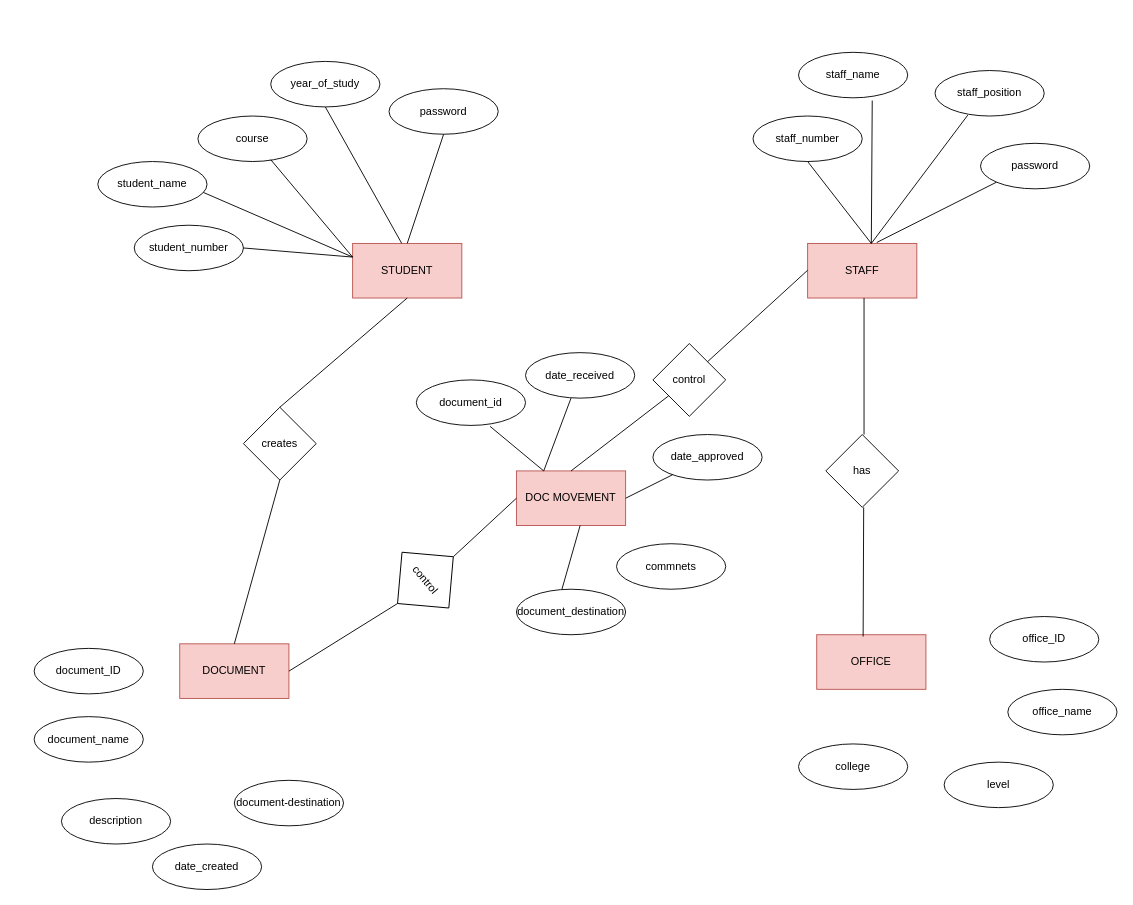
This is Untitled Diagram.drawio from kiwele/hello-world, a draw.io file, before an edit. Source tidied: cells renumbered, new cells numbered last; positions are measured from the earlier drawing's top-left corner, leaving out a move shared by most shapes. Both pictures are drawn from the tidied source at 91%, with x=0, y=0 at pixel (34, 52).
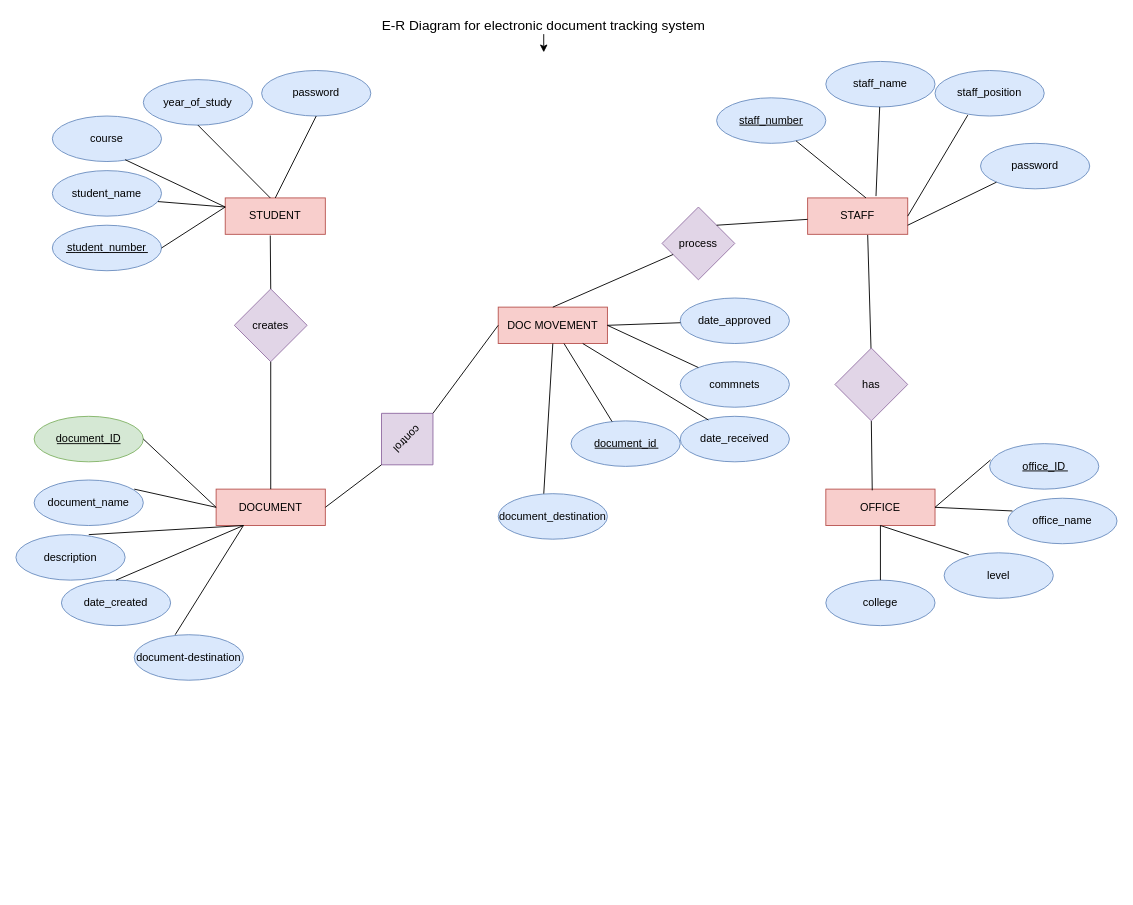
The same page after the edit.

The edit, as a diff of the source:
```diff
@@
     <mxCell id="2" value="STUDENT" style="rounded=0;whiteSpace=wrap;html=1;fillColor=#f8cecc;strokeColor=#b85450;" parent="1" vertex="1">
-      <mxGeometry x="350" y="210" width="120" height="60" as="geometry" />
+      <mxGeometry x="210" y="160" width="110" height="40" as="geometry" />
     </mxCell>
     <mxCell id="3" value="OFFICE" style="rounded=0;whiteSpace=wrap;html=1;fillColor=#f8cecc;strokeColor=#b85450;" parent="1" vertex="1">
-      <mxGeometry x="860" y="640" width="120" height="60" as="geometry" />
+      <mxGeometry x="870" y="480" width="120" height="40" as="geometry" />
     </mxCell>
     <mxCell id="4" value="DOCUMENT" style="rounded=0;whiteSpace=wrap;html=1;fillColor=#f8cecc;strokeColor=#b85450;" parent="1" vertex="1">
-      <mxGeometry x="160" y="650" width="120" height="60" as="geometry" />
+      <mxGeometry x="200" y="480" width="120" height="40" as="geometry" />
     </mxCell>
     <mxCell id="5" value="STAFF" style="rounded=0;whiteSpace=wrap;html=1;fillColor=#f8cecc;strokeColor=#b85450;" parent="1" vertex="1">
-      <mxGeometry x="850" y="210" width="120" height="60" as="geometry" />
+      <mxGeometry x="850" y="160" width="110" height="40" as="geometry" />
     </mxCell>
-    <mxCell id="6" value="has" style="rhombus;whiteSpace=wrap;html=1;direction=south;" parent="1" vertex="1">
-      <mxGeometry x="870" y="420" width="80" height="80" as="geometry" />
-    </mxCell>
-    <mxCell id="7" value="control" style="rhombus;whiteSpace=wrap;html=1;direction=south;" parent="1" vertex="1">
-      <mxGeometry x="680" y="320" width="80" height="80" as="geometry" />
+    <mxCell id="7" value="process" style="rhombus;whiteSpace=wrap;html=1;direction=south;fillColor=#e1d5e7;strokeColor=#9673a6;" parent="1" vertex="1">
+      <mxGeometry x="690" y="170" width="80" height="80" as="geometry" />
     </mxCell>
-    <mxCell id="8" value="creates" style="rhombus;whiteSpace=wrap;html=1;direction=south;" parent="1" vertex="1">
-      <mxGeometry x="230" y="390" width="80" height="80" as="geometry" />
+    <mxCell id="8" value="creates" style="rhombus;whiteSpace=wrap;html=1;direction=south;fillColor=#e1d5e7;strokeColor=#9673a6;" parent="1" vertex="1">
+      <mxGeometry x="220" y="260" width="80" height="80" as="geometry" />
     </mxCell>
-    <mxCell id="9" value="course" style="ellipse;whiteSpace=wrap;html=1;" parent="1" vertex="1">
-      <mxGeometry x="180" y="70" width="120" height="50" as="geometry" />
+    <mxCell id="9" value="course" style="ellipse;whiteSpace=wrap;html=1;fillColor=#dae8fc;strokeColor=#6c8ebf;" parent="1" vertex="1">
+      <mxGeometry x="20" y="70" width="120" height="50" as="geometry" />
     </mxCell>
-    <mxCell id="10" style="endArrow=none;html=1;exitX=0;exitY=0;exitDx=0;exitDy=0;entryX=0.5;entryY=1;entryDx=0;entryDy=0;" parent="1" edge="1" source="7">
-      <mxGeometry relative="1" as="geometry">
-        <mxPoint x="850" y="239.5" as="targetPoint" />
-      </mxGeometry>
+    <mxCell id="10" style="endArrow=none;html=1;exitX=0;exitY=0;exitDx=0;exitDy=0;" parent="1" edge="1" source="7" target="5">
+      <mxGeometry relative="1" as="geometry" />
     </mxCell>
-    <mxCell id="11" value="password" style="ellipse;whiteSpace=wrap;html=1;" parent="1" vertex="1">
-      <mxGeometry x="390" y="40" width="120" height="50" as="geometry" />
+    <mxCell id="11" value="password" style="ellipse;whiteSpace=wrap;html=1;fillColor=#dae8fc;strokeColor=#6c8ebf;" parent="1" vertex="1">
+      <mxGeometry x="250" y="20" width="120" height="50" as="geometry" />
     </mxCell>
-    <mxCell id="12" value="year_of_study" style="ellipse;whiteSpace=wrap;html=1;" parent="1" vertex="1">
-      <mxGeometry x="260" y="10" width="120" height="50" as="geometry" />
+    <mxCell id="12" value="year_of_study" style="ellipse;whiteSpace=wrap;html=1;fillColor=#dae8fc;strokeColor=#6c8ebf;" parent="1" vertex="1">
+      <mxGeometry x="120" y="30" width="120" height="50" as="geometry" />
     </mxCell>
-    <mxCell id="13" value="student_number" style="ellipse;whiteSpace=wrap;html=1;" parent="1" vertex="1">
-      <mxGeometry x="110" y="190" width="120" height="50" as="geometry" />
+    <mxCell id="13" value="student_number" style="ellipse;whiteSpace=wrap;html=1;fillColor=#dae8fc;strokeColor=#6c8ebf;" parent="1" vertex="1">
+      <mxGeometry x="20" y="190" width="120" height="50" as="geometry" />
     </mxCell>
-    <mxCell id="14" value="student_name" style="ellipse;whiteSpace=wrap;html=1;" parent="1" vertex="1">
-      <mxGeometry x="70" y="120" width="120" height="50" as="geometry" />
+    <mxCell id="14" value="student_name" style="ellipse;whiteSpace=wrap;html=1;fillColor=#dae8fc;strokeColor=#6c8ebf;" parent="1" vertex="1">
+      <mxGeometry x="20" y="130" width="120" height="50" as="geometry" />
     </mxCell>
-    <mxCell id="15" style="endArrow=none;html=1;exitX=0;exitY=0.5;exitDx=0;exitDy=0;" parent="1" edge="1" source="8">
-      <mxGeometry relative="1" as="geometry">
-        <mxPoint x="410" y="270" as="targetPoint" />
-      </mxGeometry>
+    <mxCell id="15" style="endArrow=none;html=1;exitX=0;exitY=0.5;exitDx=0;exitDy=0;entryX=0.45;entryY=1.033;entryDx=0;entryDy=0;entryPerimeter=0;" parent="1" edge="1" source="8" target="2">
+      <mxGeometry relative="1" as="geometry" />
     </mxCell>
@@
-    <mxCell id="17" style="endArrow=none;html=1;entryX=0.45;entryY=1.033;entryDx=0;entryDy=0;entryPerimeter=0;exitX=0.425;exitY=0.033;exitDx=0;exitDy=0;exitPerimeter=0;" parent="1" edge="1" source="3">
-      <mxGeometry relative="1" as="geometry">
-        <mxPoint x="911.6" y="500" as="targetPoint" />
-      </mxGeometry>
+    <mxCell id="17" style="endArrow=none;html=1;entryX=1;entryY=0.5;entryDx=0;entryDy=0;exitX=0.425;exitY=0.033;exitDx=0;exitDy=0;exitPerimeter=0;" parent="1" edge="1" source="3" target="6">
+      <mxGeometry relative="1" as="geometry" />
     </mxCell>
-    <mxCell id="18" style="endArrow=none;html=1;" parent="1" edge="1">
-      <mxGeometry relative="1" as="geometry">
-        <mxPoint x="912" y="420" as="sourcePoint" />
-        <mxPoint x="912" y="270" as="targetPoint" />
-      </mxGeometry>
+    <mxCell id="18" style="endArrow=none;html=1;entryX=0.6;entryY=1.017;entryDx=0;entryDy=0;entryPerimeter=0;exitX=0.15;exitY=0.5;exitDx=0;exitDy=0;exitPerimeter=0;" parent="1" edge="1" source="6" target="5">
+      <mxGeometry relative="1" as="geometry" />
     </mxCell>
     <mxCell id="19" value="DOC MOVEMENT" style="rounded=0;whiteSpace=wrap;html=1;fillColor=#f8cecc;strokeColor=#b85450;" parent="1" vertex="1">
-      <mxGeometry x="530" y="460" width="120" height="60" as="geometry" />
+      <mxGeometry x="510" y="280" width="120" height="40" as="geometry" />
     </mxCell>
-    <mxCell id="20" value="staff_name" style="ellipse;whiteSpace=wrap;html=1;" parent="1" vertex="1">
-      <mxGeometry x="840" width="120" height="50" as="geometry" />
+    <mxCell id="20" value="staff_name" style="ellipse;whiteSpace=wrap;html=1;fillColor=#dae8fc;strokeColor=#6c8ebf;" parent="1" vertex="1">
+      <mxGeometry x="870" y="10" width="120" height="50" as="geometry" />
     </mxCell>
-    <mxCell id="21" value="office_ID" style="ellipse;whiteSpace=wrap;html=1;" parent="1" vertex="1">
-      <mxGeometry x="1050" y="620" width="120" height="50" as="geometry" />
+    <mxCell id="21" value="office_ID" style="ellipse;whiteSpace=wrap;html=1;fillColor=#dae8fc;strokeColor=#6c8ebf;" parent="1" vertex="1">
+      <mxGeometry x="1050" y="430" width="120" height="50" as="geometry" />
     </mxCell>
-    <mxCell id="22" value="staff_number" style="ellipse;whiteSpace=wrap;html=1;" parent="1" vertex="1">
-      <mxGeometry x="790" y="70" width="120" height="50" as="geometry" />
+    <mxCell id="22" value="staff_number" style="ellipse;whiteSpace=wrap;html=1;fillColor=#dae8fc;strokeColor=#6c8ebf;" parent="1" vertex="1">
+      <mxGeometry x="750" y="50" width="120" height="50" as="geometry" />
     </mxCell>
-    <mxCell id="23" value="password" style="ellipse;whiteSpace=wrap;html=1;" parent="1" vertex="1">
+    <mxCell id="23" value="password" style="ellipse;whiteSpace=wrap;html=1;fillColor=#dae8fc;strokeColor=#6c8ebf;" parent="1" vertex="1">
       <mxGeometry x="1040" y="100" width="120" height="50" as="geometry" />
     </mxCell>
-    <mxCell id="24" value="staff_position" style="ellipse;whiteSpace=wrap;html=1;" parent="1" vertex="1">
+    <mxCell id="24" value="staff_position" style="ellipse;whiteSpace=wrap;html=1;fillColor=#dae8fc;strokeColor=#6c8ebf;" parent="1" vertex="1">
       <mxGeometry x="990" y="20" width="120" height="50" as="geometry" />
     </mxCell>
-    <mxCell id="25" value="level" style="ellipse;whiteSpace=wrap;html=1;" parent="1" vertex="1">
-      <mxGeometry x="1000" y="780" width="120" height="50" as="geometry" />
+    <mxCell id="25" value="level" style="ellipse;whiteSpace=wrap;html=1;fillColor=#dae8fc;strokeColor=#6c8ebf;" parent="1" vertex="1">
+      <mxGeometry x="1000" y="550" width="120" height="50" as="geometry" />
     </mxCell>
-    <mxCell id="26" value="college" style="ellipse;whiteSpace=wrap;html=1;" parent="1" vertex="1">
-      <mxGeometry x="840" y="760" width="120" height="50" as="geometry" />
+    <mxCell id="26" value="college" style="ellipse;whiteSpace=wrap;html=1;fillColor=#dae8fc;strokeColor=#6c8ebf;" parent="1" vertex="1">
+      <mxGeometry x="870" y="580" width="120" height="50" as="geometry" />
     </mxCell>
-    <mxCell id="27" value="office_name" style="ellipse;whiteSpace=wrap;html=1;" parent="1" vertex="1">
-      <mxGeometry x="1070" y="700" width="120" height="50" as="geometry" />
+    <mxCell id="27" value="office_name" style="ellipse;whiteSpace=wrap;html=1;fillColor=#dae8fc;strokeColor=#6c8ebf;" parent="1" vertex="1">
+      <mxGeometry x="1070" y="490" width="120" height="50" as="geometry" />
     </mxCell>
-    <mxCell id="28" value="date_created" style="ellipse;whiteSpace=wrap;html=1;" parent="1" vertex="1">
-      <mxGeometry x="130" y="870" width="120" height="50" as="geometry" />
+    <mxCell id="28" value="date_created" style="ellipse;whiteSpace=wrap;html=1;fillColor=#dae8fc;strokeColor=#6c8ebf;" parent="1" vertex="1">
+      <mxGeometry x="30" y="580" width="120" height="50" as="geometry" />
     </mxCell>
-    <mxCell id="29" value="document-destination" style="ellipse;whiteSpace=wrap;html=1;" parent="1" vertex="1">
-      <mxGeometry x="220" y="800" width="120" height="50" as="geometry" />
+    <mxCell id="29" value="document-destination" style="ellipse;whiteSpace=wrap;html=1;fillColor=#dae8fc;strokeColor=#6c8ebf;" parent="1" vertex="1">
+      <mxGeometry x="110" y="640" width="120" height="50" as="geometry" />
     </mxCell>
-    <mxCell id="30" value="description" style="ellipse;whiteSpace=wrap;html=1;" parent="1" vertex="1">
-      <mxGeometry x="30" y="820" width="120" height="50" as="geometry" />
+    <mxCell id="30" value="description" style="ellipse;whiteSpace=wrap;html=1;fillColor=#dae8fc;strokeColor=#6c8ebf;" parent="1" vertex="1">
+      <mxGeometry x="-20" y="530" width="120" height="50" as="geometry" />
     </mxCell>
-    <mxCell id="31" value="document_name" style="ellipse;whiteSpace=wrap;html=1;" parent="1" vertex="1">
-      <mxGeometry y="730" width="120" height="50" as="geometry" />
+    <mxCell id="31" value="document_name" style="ellipse;whiteSpace=wrap;html=1;fillColor=#dae8fc;strokeColor=#6c8ebf;" parent="1" vertex="1">
+      <mxGeometry y="470" width="120" height="50" as="geometry" />
     </mxCell>
-    <mxCell id="32" value="document_ID" style="ellipse;whiteSpace=wrap;html=1;" parent="1" vertex="1">
-      <mxGeometry y="655" width="120" height="50" as="geometry" />
+    <mxCell id="32" value="document_ID" style="ellipse;whiteSpace=wrap;html=1;fillColor=#d5e8d4;strokeColor=#82b366;" parent="1" vertex="1">
+      <mxGeometry y="400" width="120" height="50" as="geometry" />
     </mxCell>
-    <mxCell id="33" value="control" style="rhombus;whiteSpace=wrap;html=1;direction=south;rotation=50;" parent="1" vertex="1">
-      <mxGeometry x="390" y="540" width="80" height="80" as="geometry" />
+    <mxCell id="33" value="control" style="rhombus;whiteSpace=wrap;html=1;direction=east;rotation=135;fillColor=#e1d5e7;strokeColor=#9673a6;" parent="1" vertex="1">
+      <mxGeometry x="370" y="385" width="80" height="80" as="geometry" />
     </mxCell>
@@
-    <mxCell id="36" style="endArrow=none;html=1;exitX=0.5;exitY=0;exitDx=0;exitDy=0;entryX=1;entryY=0.5;entryDx=0;entryDy=0;" parent="1" edge="1" target="33">
-      <mxGeometry relative="1" as="geometry">
-        <mxPoint x="280" y="680" as="sourcePoint" />
-      </mxGeometry>
+    <mxCell id="36" style="endArrow=none;html=1;exitX=1;exitY=0.5;exitDx=0;exitDy=0;entryX=1;entryY=0.5;entryDx=0;entryDy=0;" parent="1" edge="1" source="4" target="33">
+      <mxGeometry relative="1" as="geometry" />
     </mxCell>
-    <mxCell id="37" value="document_destination" style="ellipse;whiteSpace=wrap;html=1;" parent="1" vertex="1">
-      <mxGeometry x="530" y="590" width="120" height="50" as="geometry" />
+    <mxCell id="37" value="document_destination" style="ellipse;whiteSpace=wrap;html=1;fillColor=#dae8fc;strokeColor=#6c8ebf;" parent="1" vertex="1">
+      <mxGeometry x="510" y="485" width="120" height="50" as="geometry" />
     </mxCell>
-    <mxCell id="38" value="commnets" style="ellipse;whiteSpace=wrap;html=1;" parent="1" vertex="1">
-      <mxGeometry x="640" y="540" width="120" height="50" as="geometry" />
+    <mxCell id="38" value="commnets" style="ellipse;whiteSpace=wrap;html=1;fillColor=#dae8fc;strokeColor=#6c8ebf;" parent="1" vertex="1">
+      <mxGeometry x="710" y="340" width="120" height="50" as="geometry" />
     </mxCell>
-    <mxCell id="39" value="date_received" style="ellipse;whiteSpace=wrap;html=1;" parent="1" vertex="1">
-      <mxGeometry x="540" y="330" width="120" height="50" as="geometry" />
-    </mxCell>
-    <mxCell id="40" value="date_approved" style="ellipse;whiteSpace=wrap;html=1;" parent="1" vertex="1">
-      <mxGeometry x="680" y="420" width="120" height="50" as="geometry" />
+    <mxCell id="40" value="date_approved" style="ellipse;whiteSpace=wrap;html=1;fillColor=#dae8fc;strokeColor=#6c8ebf;" parent="1" vertex="1">
+      <mxGeometry x="710" y="270" width="120" height="50" as="geometry" />
     </mxCell>
-    <mxCell id="41" value="document_id" style="ellipse;whiteSpace=wrap;html=1;" parent="1" vertex="1">
-      <mxGeometry x="420" y="360" width="120" height="50" as="geometry" />
+    <mxCell id="41" value="document_id" style="ellipse;whiteSpace=wrap;html=1;fillColor=#dae8fc;strokeColor=#6c8ebf;" parent="1" vertex="1">
+      <mxGeometry x="590" y="405" width="120" height="50" as="geometry" />
     </mxCell>
-    <mxCell id="42" style="endArrow=none;html=1;exitX=0;exitY=0;exitDx=0;exitDy=0;entryX=0.5;entryY=1;entryDx=0;entryDy=0;" parent="1" edge="1" target="11">
-      <mxGeometry relative="1" as="geometry">
-        <mxPoint x="410" y="210" as="sourcePoint" />
-      </mxGeometry>
+    <mxCell id="42" style="endArrow=none;html=1;exitX=0.5;exitY=0;exitDx=0;exitDy=0;entryX=0.5;entryY=1;entryDx=0;entryDy=0;" parent="1" edge="1" source="2" target="11">
+      <mxGeometry relative="1" as="geometry" />
     </mxCell>
@@
-    <mxCell id="47" style="endArrow=none;html=1;exitX=0;exitY=0;exitDx=0;exitDy=0;entryX=0.3;entryY=0.98;entryDx=0;entryDy=0;entryPerimeter=0;" parent="1" edge="1" target="24">
-      <mxGeometry relative="1" as="geometry">
-        <mxPoint x="920" y="210" as="sourcePoint" />
-      </mxGeometry>
+    <mxCell id="47" style="endArrow=none;html=1;exitX=1;exitY=0.5;exitDx=0;exitDy=0;entryX=0.3;entryY=0.98;entryDx=0;entryDy=0;entryPerimeter=0;" parent="1" edge="1" source="5" target="24">
+      <mxGeometry relative="1" as="geometry" />
     </mxCell>
-    <mxCell id="48" style="endArrow=none;html=1;exitX=0;exitY=0;exitDx=0;exitDy=0;entryX=0.675;entryY=1.06;entryDx=0;entryDy=0;entryPerimeter=0;" parent="1" edge="1" target="20">
-      <mxGeometry relative="1" as="geometry">
-        <mxPoint x="920" y="210" as="sourcePoint" />
-      </mxGeometry>
+    <mxCell id="48" style="endArrow=none;html=1;exitX=0.683;exitY=-0.05;exitDx=0;exitDy=0;exitPerimeter=0;" parent="1" edge="1" source="5" target="20">
+      <mxGeometry relative="1" as="geometry" />
     </mxCell>
-    <mxCell id="49" style="endArrow=none;html=1;exitX=0.583;exitY=0;exitDx=0;exitDy=0;entryX=0.5;entryY=1;entryDx=0;entryDy=0;exitPerimeter=0;" parent="1" edge="1" source="5">
-      <mxGeometry relative="1" as="geometry">
-        <mxPoint x="850" y="120" as="targetPoint" />
-      </mxGeometry>
+    <mxCell id="49" style="endArrow=none;html=1;exitX=0.583;exitY=0;exitDx=0;exitDy=0;exitPerimeter=0;" parent="1" edge="1" source="5" target="22">
+      <mxGeometry relative="1" as="geometry" />
     </mxCell>
-    <mxCell id="50" style="endArrow=none;html=1;exitX=0.633;exitY=-0.017;exitDx=0;exitDy=0;entryX=0;entryY=1;entryDx=0;entryDy=0;exitPerimeter=0;" parent="1" edge="1" source="5" target="23">
+    <mxCell id="50" style="endArrow=none;html=1;exitX=1;exitY=0.75;exitDx=0;exitDy=0;entryX=0;entryY=1;entryDx=0;entryDy=0;" parent="1" edge="1" source="5" target="23">
       <mxGeometry relative="1" as="geometry" />
     </mxCell>
-    <mxCell id="51" style="endArrow=none;html=1;" parent="1" edge="1">
-      <mxGeometry relative="1" as="geometry">
-        <mxPoint x="560" y="460" as="sourcePoint" />
-        <mxPoint x="501" y="411" as="targetPoint" />
-      </mxGeometry>
+    <mxCell id="51" style="endArrow=none;html=1;" parent="1" edge="1" source="19" target="41">
+      <mxGeometry relative="1" as="geometry" />
     </mxCell>
-    <mxCell id="52" style="endArrow=none;html=1;exitX=0.25;exitY=0;exitDx=0;exitDy=0;" parent="1" edge="1" source="19">
-      <mxGeometry relative="1" as="geometry">
-        <mxPoint x="590" y="380" as="targetPoint" />
-      </mxGeometry>
-    </mxCell>
@@
-    <mxCell id="54" style="endArrow=none;html=1;exitX=0.417;exitY=0;exitDx=0;exitDy=0;exitPerimeter=0;" parent="1" edge="1" source="37">
-      <mxGeometry relative="1" as="geometry">
-        <mxPoint x="600" y="520" as="targetPoint" />
-      </mxGeometry>
+    <mxCell id="54" style="endArrow=none;html=1;exitX=0.417;exitY=0;exitDx=0;exitDy=0;exitPerimeter=0;entryX=0.5;entryY=1;entryDx=0;entryDy=0;" parent="1" edge="1" source="37" target="19">
+      <mxGeometry relative="1" as="geometry" />
     </mxCell>
+    <mxCell id="55" style="endArrow=none;html=1;entryX=1;entryY=0.5;entryDx=0;entryDy=0;" parent="1" edge="1" source="38" target="19">
+      <mxGeometry relative="1" as="geometry" />
+    </mxCell>
+    <mxCell id="56" style="endArrow=none;html=1;exitX=0.5;exitY=0;exitDx=0;exitDy=0;" parent="1" edge="1" source="26" target="3">
+      <mxGeometry relative="1" as="geometry" />
+    </mxCell>
+    <mxCell id="57" style="endArrow=none;html=1;exitX=0.225;exitY=0.04;exitDx=0;exitDy=0;exitPerimeter=0;entryX=0.5;entryY=1;entryDx=0;entryDy=0;" parent="1" edge="1" source="25" target="3">
+      <mxGeometry relative="1" as="geometry" />
+    </mxCell>
+    <mxCell id="58" style="endArrow=none;html=1;exitX=0.042;exitY=0.28;exitDx=0;exitDy=0;exitPerimeter=0;entryX=1;entryY=0.5;entryDx=0;entryDy=0;" parent="1" edge="1" source="27" target="3">
+      <mxGeometry relative="1" as="geometry" />
+    </mxCell>
+    <mxCell id="59" style="endArrow=none;html=1;exitX=1;exitY=0.5;exitDx=0;exitDy=0;entryX=0.008;entryY=0.36;entryDx=0;entryDy=0;entryPerimeter=0;" parent="1" edge="1" source="3" target="21">
+      <mxGeometry relative="1" as="geometry" />
+    </mxCell>
+    <mxCell id="60" style="endArrow=none;html=1;exitX=1;exitY=0.5;exitDx=0;exitDy=0;entryX=0;entryY=0.5;entryDx=0;entryDy=0;" parent="1" edge="1" source="32" target="4">
+      <mxGeometry relative="1" as="geometry" />
+    </mxCell>
+    <mxCell id="61" style="endArrow=none;html=1;exitX=0.917;exitY=0.2;exitDx=0;exitDy=0;exitPerimeter=0;entryX=0;entryY=0.5;entryDx=0;entryDy=0;" parent="1" edge="1" source="31" target="4">
+      <mxGeometry relative="1" as="geometry" />
+    </mxCell>
+    <mxCell id="62" style="endArrow=none;html=1;exitX=0.667;exitY=0;exitDx=0;exitDy=0;entryX=0.25;entryY=1;entryDx=0;entryDy=0;exitPerimeter=0;" parent="1" edge="1" source="30" target="4">
+      <mxGeometry relative="1" as="geometry" />
+    </mxCell>
+    <mxCell id="63" style="endArrow=none;html=1;exitX=0.5;exitY=0;exitDx=0;exitDy=0;entryX=0.25;entryY=1;entryDx=0;entryDy=0;" parent="1" edge="1" source="28" target="4">
+      <mxGeometry relative="1" as="geometry" />
+    </mxCell>
+    <mxCell id="64" style="endArrow=none;html=1;exitX=0.375;exitY=0;exitDx=0;exitDy=0;entryX=0.25;entryY=1;entryDx=0;entryDy=0;exitPerimeter=0;" parent="1" edge="1" source="29" target="4">
+      <mxGeometry relative="1" as="geometry" />
+    </mxCell>
+    <mxCell id="39" value="date_received" style="ellipse;whiteSpace=wrap;html=1;fillColor=#dae8fc;strokeColor=#6c8ebf;" parent="1" vertex="1">
+      <mxGeometry x="710" y="400" width="120" height="50" as="geometry" />
+    </mxCell>
+    <mxCell id="65" style="endArrow=none;html=1;exitX=0.258;exitY=0.08;exitDx=0;exitDy=0;exitPerimeter=0;" parent="1" edge="1" source="39" target="19">
+      <mxGeometry relative="1" as="geometry" />
+    </mxCell>
+    <mxCell id="6" value="has" style="rhombus;whiteSpace=wrap;html=1;direction=south;fillColor=#e1d5e7;strokeColor=#9673a6;" parent="1" vertex="1">
+      <mxGeometry x="880" y="325" width="80" height="80" as="geometry" />
+    </mxCell>
+    <mxCell id="66" style="endArrow=none;html=1;exitX=0.167;exitY=0.6;exitDx=0;exitDy=0;exitPerimeter=0;entryX=0.917;entryY=0.6;entryDx=0;entryDy=0;entryPerimeter=0;" parent="1" edge="1">
+      <mxGeometry relative="1" as="geometry">
+        <mxPoint x="35" y="220" as="sourcePoint" />
+        <mxPoint x="125" y="220" as="targetPoint" />
+        <Array as="points">
+          <mxPoint x="55" y="220" />
+        </Array>
+      </mxGeometry>
+    </mxCell>
+    <mxCell id="67" style="endArrow=none;html=1;exitX=0.25;exitY=0.6;exitDx=0;exitDy=0;exitPerimeter=0;" parent="1" edge="1">
+      <mxGeometry relative="1" as="geometry">
+        <mxPoint x="775" y="80" as="sourcePoint" />
+        <mxPoint x="845" y="80" as="targetPoint" />
+      </mxGeometry>
+    </mxCell>
+    <mxCell id="68" style="endArrow=none;html=1;exitX=0.333;exitY=0.6;exitDx=0;exitDy=0;exitPerimeter=0;" parent="1" edge="1">
+      <mxGeometry relative="1" as="geometry">
+        <mxPoint x="1086" y="460" as="sourcePoint" />
+        <mxPoint x="1136" y="460" as="targetPoint" />
+      </mxGeometry>
+    </mxCell>
+    <mxCell id="69" style="endArrow=none;html=1;exitX=0.25;exitY=0.6;exitDx=0;exitDy=0;exitPerimeter=0;" parent="1" edge="1">
+      <mxGeometry relative="1" as="geometry">
+        <mxPoint x="616" y="435" as="sourcePoint" />
+        <mxPoint x="686" y="435" as="targetPoint" />
+      </mxGeometry>
+    </mxCell>
+    <mxCell id="70" style="endArrow=none;html=1;exitX=0.25;exitY=0.6;exitDx=0;exitDy=0;exitPerimeter=0;" parent="1" edge="1">
+      <mxGeometry relative="1" as="geometry">
+        <mxPoint x="25" y="430" as="sourcePoint" />
+        <mxPoint x="95" y="430" as="targetPoint" />
+      </mxGeometry>
+    </mxCell>
+    <mxCell id="71" style="edgeStyle=orthogonalEdgeStyle;rounded=0;jettySize=auto;html=1;" parent="1" edge="1" source="72">
+      <mxGeometry relative="1" as="geometry">
+        <mxPoint x="560" as="targetPoint" />
+      </mxGeometry>
+    </mxCell>
+    <mxCell id="72" value="E-R Diagram for electronic document tracking system" style="text;html=1;strokeColor=none;fillColor=none;align=center;verticalAlign=middle;whiteSpace=wrap;rounded=0;fontSize=15;" parent="1" vertex="1">
+      <mxGeometry x="370" y="-40" width="380" height="20" as="geometry" />
+    </mxCell>
```
